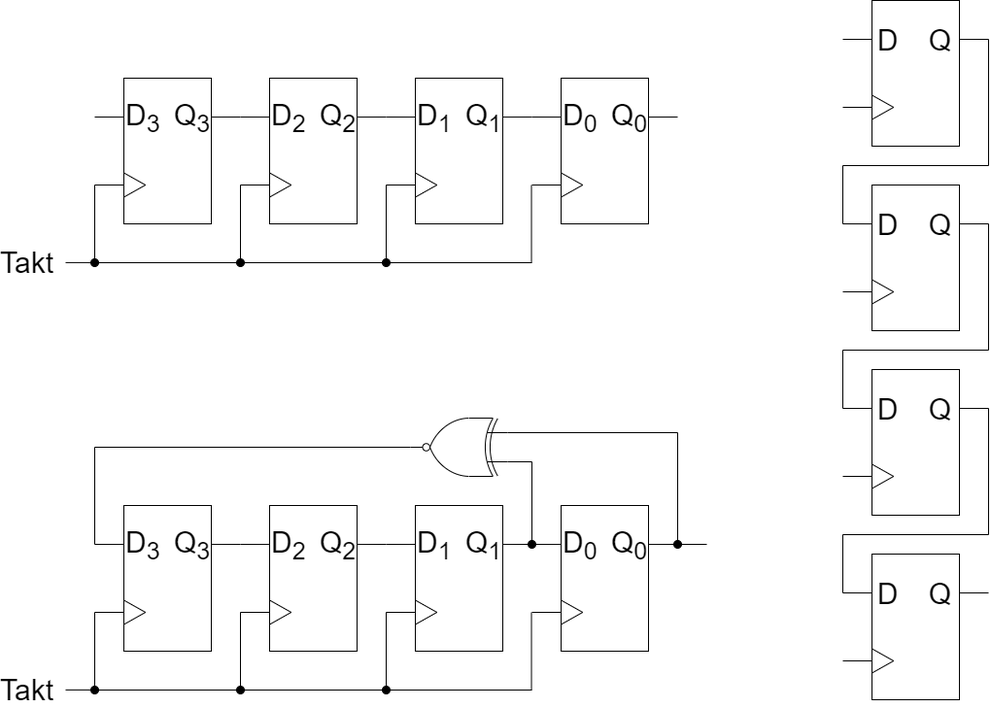
The draw.io diagram docu/ShiftRegister.png in YumYumfisch/LFSR-PeriodLength, before a commit. Source tidied: cells renumbered, new cells last; positions are measured from the earlier drawing's top-left corner, leaving out a move shared by most shapes.
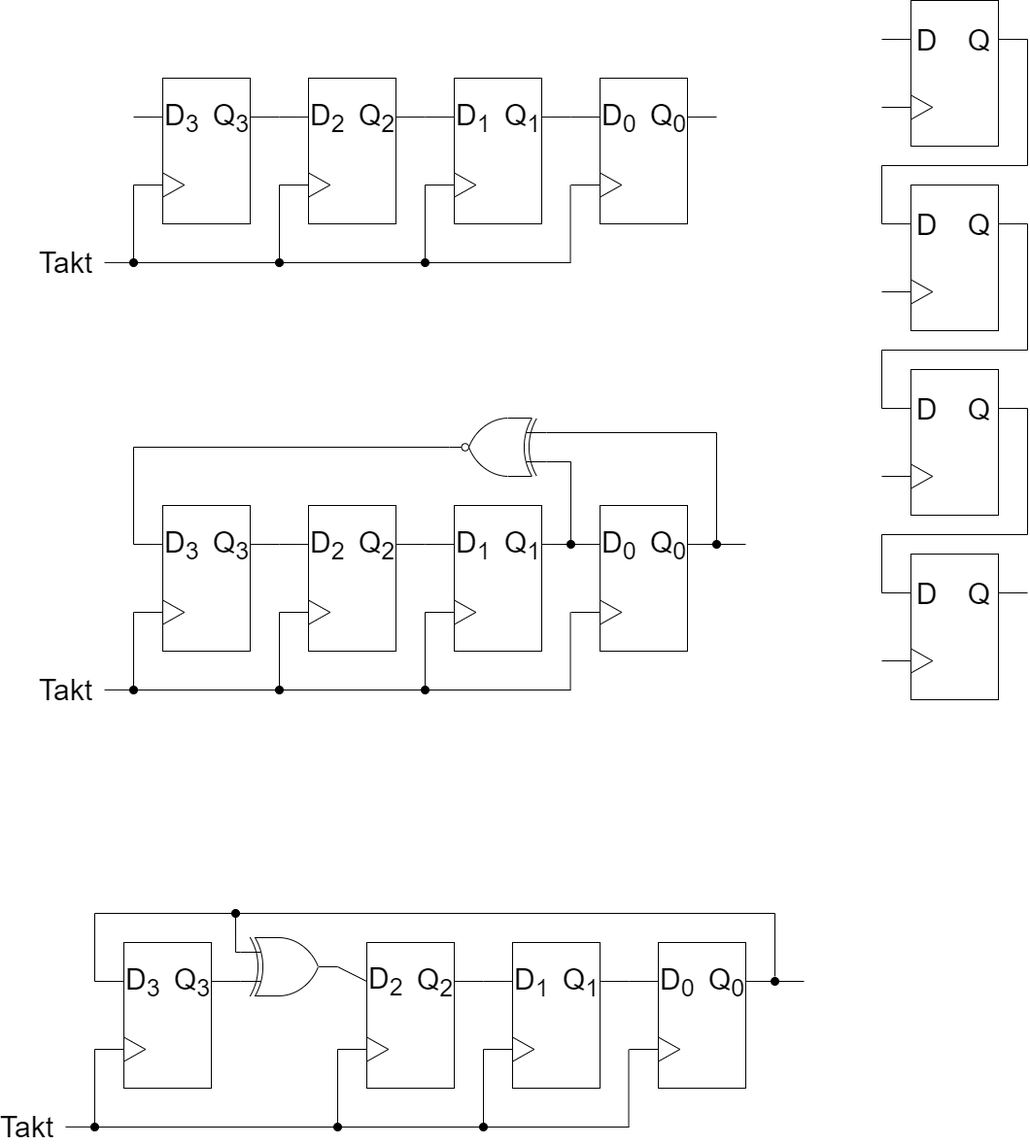
The same file after the commit.

Commit message:
add Galois-LFSR diagram

What changed in the source:
```diff
@@ -605,5 +605,225 @@
     <mxCell id="136" style="verticalLabelPosition=bottom;shadow=0;dashed=0;align=center;html=1;verticalAlign=top;shape=mxgraph.electrical.logic_gates.inverting_contact;fillColor=#000000;" parent="86" vertex="1">
       <mxGeometry x="625" y="125" width="10" height="10" as="geometry" />
     </mxCell>
+    <mxCell id="137" style="group;" parent="1" vertex="1">
+      <mxGeometry x="-40" y="935" width="760" height="230" as="geometry" />
+    </mxCell>
+    <mxCell id="138" style="endArrow=none;html=1;align=center;fontSize=30;" parent="137" edge="1">
+      <mxGeometry relative="1" as="geometry">
+        <mxPoint x="730" y="75" as="sourcePoint" />
+        <mxPoint x="760" y="75" as="targetPoint" />
+      </mxGeometry>
+    </mxCell>
+    <mxCell id="139" value="Takt" style="endArrow=none;html=1;align=center;fontSize=30;entryX=0;entryY=0.5;entryDx=0;entryDy=0;" parent="137" edge="1">
+      <mxGeometry x="-1" y="-40" relative="1" as="geometry">
+        <mxPoint y="224.9" as="sourcePoint" />
+        <mxPoint x="30" y="224.9" as="targetPoint" />
+        <mxPoint x="-40" y="-40" as="offset" />
+      </mxGeometry>
+    </mxCell>
+    <mxCell id="140" style="group;" parent="137" vertex="1">
+      <mxGeometry x="30" y="35" width="150" height="150" as="geometry" />
+    </mxCell>
+    <mxCell id="141" style="rounded=0;whiteSpace=wrap;html=1;" parent="140" vertex="1">
+      <mxGeometry x="30" width="90" height="150" as="geometry" />
+    </mxCell>
+    <mxCell id="142" style="endArrow=none;html=1;align=center;fontSize=30;entryX=0;entryY=0.267;entryDx=0;entryDy=0;entryPerimeter=0;" parent="140" edge="1" target="141">
+      <mxGeometry relative="1" as="geometry">
+        <mxPoint y="40" as="sourcePoint" />
+      </mxGeometry>
+    </mxCell>
+    <mxCell id="143" value="D&lt;sub&gt;3&lt;/sub&gt;" style="edgeLabel;html=1;align=left;verticalAlign=middle;fontSize=30;" parent="142" vertex="1">
+      <mxGeometry x="0.28" relative="1" as="geometry">
+        <mxPoint x="11" as="offset" />
+      </mxGeometry>
+    </mxCell>
+    <mxCell id="144" style="endArrow=none;html=1;align=center;exitX=1;exitY=0.267;exitDx=0;exitDy=0;fontSize=30;exitPerimeter=0;" parent="140" edge="1" source="141">
+      <mxGeometry relative="1" as="geometry">
+        <mxPoint x="150" y="40" as="targetPoint" />
+      </mxGeometry>
+    </mxCell>
+    <mxCell id="145" value="Q&lt;sub&gt;3&lt;br&gt;&lt;/sub&gt;" style="edgeLabel;html=1;align=center;verticalAlign=middle;fontSize=30;" parent="144" vertex="1">
+      <mxGeometry x="0.28" relative="1" as="geometry">
+        <mxPoint x="-39" as="offset" />
+      </mxGeometry>
+    </mxCell>
+    <mxCell id="146" style="endArrow=none;html=1;align=center;fontSize=30;entryX=0;entryY=0.5;entryDx=0;entryDy=0;" parent="140" edge="1" target="147">
+      <mxGeometry relative="1" as="geometry">
+        <mxPoint y="110" as="sourcePoint" />
+      </mxGeometry>
+    </mxCell>
+    <mxCell id="147" style="triangle;whiteSpace=wrap;html=1;" parent="140" vertex="1">
+      <mxGeometry x="30" y="97.5" width="22.2" height="25" as="geometry" />
+    </mxCell>
+    <mxCell id="148" style="group;" parent="137" vertex="1">
+      <mxGeometry x="280" y="35" width="150" height="150" as="geometry" />
+    </mxCell>
+    <mxCell id="149" style="rounded=0;whiteSpace=wrap;html=1;" parent="148" vertex="1">
+      <mxGeometry x="30" width="90" height="150" as="geometry" />
+    </mxCell>
+    <mxCell id="150" style="endArrow=none;html=1;align=center;exitX=1;exitY=0.267;exitDx=0;exitDy=0;fontSize=30;exitPerimeter=0;" parent="148" edge="1" source="149">
+      <mxGeometry relative="1" as="geometry">
+        <mxPoint x="150" y="40" as="targetPoint" />
+      </mxGeometry>
+    </mxCell>
+    <mxCell id="151" value="Q&lt;sub&gt;2&lt;/sub&gt;" style="edgeLabel;html=1;align=center;verticalAlign=middle;fontSize=30;" parent="150" vertex="1">
+      <mxGeometry x="0.28" relative="1" as="geometry">
+        <mxPoint x="-39" as="offset" />
+      </mxGeometry>
+    </mxCell>
+    <mxCell id="152" style="endArrow=none;html=1;align=center;fontSize=30;entryX=0;entryY=0.5;entryDx=0;entryDy=0;" parent="148" edge="1" target="153">
+      <mxGeometry relative="1" as="geometry">
+        <mxPoint y="110" as="sourcePoint" />
+      </mxGeometry>
+    </mxCell>
+    <mxCell id="153" style="triangle;whiteSpace=wrap;html=1;" parent="148" vertex="1">
+      <mxGeometry x="30" y="97.5" width="22.2" height="25" as="geometry" />
+    </mxCell>
+    <mxCell id="154" style="group;" parent="137" vertex="1">
+      <mxGeometry x="430" y="35" width="150" height="150" as="geometry" />
+    </mxCell>
+    <mxCell id="155" style="rounded=0;whiteSpace=wrap;html=1;" parent="154" vertex="1">
+      <mxGeometry x="30" width="90" height="150" as="geometry" />
+    </mxCell>
+    <mxCell id="156" style="endArrow=none;html=1;align=center;fontSize=30;entryX=0;entryY=0.267;entryDx=0;entryDy=0;entryPerimeter=0;" parent="154" edge="1" target="155">
+      <mxGeometry relative="1" as="geometry">
+        <mxPoint y="40" as="sourcePoint" />
+      </mxGeometry>
+    </mxCell>
+    <mxCell id="157" value="D&lt;sub&gt;1&lt;/sub&gt;" style="edgeLabel;html=1;align=left;verticalAlign=middle;fontSize=30;" parent="156" vertex="1">
+      <mxGeometry x="0.28" relative="1" as="geometry">
+        <mxPoint x="11" as="offset" />
+      </mxGeometry>
+    </mxCell>
+    <mxCell id="158" style="endArrow=none;html=1;align=center;exitX=1;exitY=0.267;exitDx=0;exitDy=0;fontSize=30;exitPerimeter=0;" parent="154" edge="1" source="155">
+      <mxGeometry relative="1" as="geometry">
+        <mxPoint x="150" y="40" as="targetPoint" />
+      </mxGeometry>
+    </mxCell>
+    <mxCell id="159" value="Q&lt;sub&gt;1&lt;/sub&gt;" style="edgeLabel;html=1;align=center;verticalAlign=middle;fontSize=30;" parent="158" vertex="1">
+      <mxGeometry x="0.28" relative="1" as="geometry">
+        <mxPoint x="-39" as="offset" />
+      </mxGeometry>
+    </mxCell>
+    <mxCell id="160" style="endArrow=none;html=1;align=center;fontSize=30;entryX=0;entryY=0.5;entryDx=0;entryDy=0;" parent="154" edge="1" target="161">
+      <mxGeometry relative="1" as="geometry">
+        <mxPoint y="110" as="sourcePoint" />
+      </mxGeometry>
+    </mxCell>
+    <mxCell id="161" style="triangle;whiteSpace=wrap;html=1;" parent="154" vertex="1">
+      <mxGeometry x="30" y="97.5" width="22.2" height="25" as="geometry" />
+    </mxCell>
+    <mxCell id="162" style="group;" parent="137" vertex="1">
+      <mxGeometry x="580" y="35" width="150" height="150" as="geometry" />
+    </mxCell>
+    <mxCell id="163" style="rounded=0;whiteSpace=wrap;html=1;" parent="162" vertex="1">
+      <mxGeometry x="30" width="90" height="150" as="geometry" />
+    </mxCell>
+    <mxCell id="164" style="endArrow=none;html=1;align=center;fontSize=30;entryX=0;entryY=0.267;entryDx=0;entryDy=0;entryPerimeter=0;" parent="162" edge="1" target="163">
+      <mxGeometry relative="1" as="geometry">
+        <mxPoint y="40" as="sourcePoint" />
+      </mxGeometry>
+    </mxCell>
+    <mxCell id="165" value="D&lt;sub&gt;0&lt;/sub&gt;" style="edgeLabel;html=1;align=left;verticalAlign=middle;fontSize=30;" parent="164" vertex="1">
+      <mxGeometry x="0.28" relative="1" as="geometry">
+        <mxPoint x="11" as="offset" />
+      </mxGeometry>
+    </mxCell>
+    <mxCell id="166" style="endArrow=none;html=1;align=center;exitX=1;exitY=0.267;exitDx=0;exitDy=0;fontSize=30;exitPerimeter=0;" parent="162" edge="1" source="163">
+      <mxGeometry relative="1" as="geometry">
+        <mxPoint x="150" y="40" as="targetPoint" />
+      </mxGeometry>
+    </mxCell>
+    <mxCell id="167" value="Q&lt;sub&gt;0&lt;/sub&gt;" style="edgeLabel;html=1;align=center;verticalAlign=middle;fontSize=30;" parent="166" vertex="1">
+      <mxGeometry x="0.28" relative="1" as="geometry">
+        <mxPoint x="-39" as="offset" />
+      </mxGeometry>
+    </mxCell>
+    <mxCell id="168" style="endArrow=none;html=1;align=center;fontSize=30;entryX=0;entryY=0.5;entryDx=0;entryDy=0;" parent="162" edge="1" target="169">
+      <mxGeometry relative="1" as="geometry">
+        <mxPoint y="110" as="sourcePoint" />
+      </mxGeometry>
+    </mxCell>
+    <mxCell id="169" style="triangle;whiteSpace=wrap;html=1;" parent="162" vertex="1">
+      <mxGeometry x="30" y="97.5" width="22.2" height="25" as="geometry" />
+    </mxCell>
+    <mxCell id="170" style="endArrow=none;html=1;align=center;fontSize=30;" parent="137" edge="1">
+      <mxGeometry relative="1" as="geometry">
+        <mxPoint x="30" y="225" as="sourcePoint" />
+        <mxPoint x="30" y="145" as="targetPoint" />
+      </mxGeometry>
+    </mxCell>
+    <mxCell id="171" style="endArrow=none;html=1;align=center;fontSize=30;" parent="137" edge="1">
+      <mxGeometry relative="1" as="geometry">
+        <mxPoint x="280" y="225" as="sourcePoint" />
+        <mxPoint x="280" y="145" as="targetPoint" />
+      </mxGeometry>
+    </mxCell>
+    <mxCell id="172" style="endArrow=none;html=1;align=center;fontSize=30;" parent="137" edge="1">
+      <mxGeometry relative="1" as="geometry">
+        <mxPoint x="430" y="225" as="sourcePoint" />
+        <mxPoint x="430" y="145" as="targetPoint" />
+      </mxGeometry>
+    </mxCell>
+    <mxCell id="173" style="endArrow=none;html=1;align=center;fontSize=30;" parent="137" edge="1">
+      <mxGeometry relative="1" as="geometry">
+        <mxPoint x="579.5" y="225" as="sourcePoint" />
+        <mxPoint x="579.5" y="145" as="targetPoint" />
+      </mxGeometry>
+    </mxCell>
+    <mxCell id="174" style="endArrow=none;html=1;align=center;fontSize=30;exitX=0.9;exitY=0.5;exitDx=0;exitDy=0;exitPerimeter=0;" parent="137" edge="1" source="176">
+      <mxGeometry relative="1" as="geometry">
+        <mxPoint x="580" y="225" as="targetPoint" />
+      </mxGeometry>
+    </mxCell>
+    <mxCell id="175" style="verticalLabelPosition=bottom;shadow=0;dashed=0;align=center;html=1;verticalAlign=top;shape=mxgraph.electrical.logic_gates.inverting_contact;fillColor=#000000;" parent="137" vertex="1">
+      <mxGeometry x="275" y="220" width="10" height="10" as="geometry" />
+    </mxCell>
+    <mxCell id="176" style="verticalLabelPosition=bottom;shadow=0;dashed=0;align=center;html=1;verticalAlign=top;shape=mxgraph.electrical.logic_gates.inverting_contact;fillColor=#000000;" parent="137" vertex="1">
+      <mxGeometry x="25" y="220" width="10" height="10" as="geometry" />
+    </mxCell>
+    <mxCell id="177" style="verticalLabelPosition=bottom;shadow=0;dashed=0;align=center;html=1;verticalAlign=top;shape=mxgraph.electrical.logic_gates.inverting_contact;fillColor=#000000;" parent="137" vertex="1">
+      <mxGeometry x="425" y="220" width="10" height="10" as="geometry" />
+    </mxCell>
+    <mxCell id="178" style="edgeStyle=orthogonalEdgeStyle;html=1;endArrow=none;endFill=0;rounded=0;" parent="137" edge="1" source="181">
+      <mxGeometry relative="1" as="geometry">
+        <mxPoint x="30" y="75" as="targetPoint" />
+        <Array as="points">
+          <mxPoint x="730" y="5" />
+          <mxPoint x="30" y="5" />
+        </Array>
+      </mxGeometry>
+    </mxCell>
+    <mxCell id="179" style="endArrow=none;html=1;align=center;fontSize=30;edgeStyle=orthogonalEdgeStyle;rounded=0;" parent="137" edge="1">
+      <mxGeometry relative="1" as="geometry">
+        <mxPoint x="180" y="45" as="sourcePoint" />
+        <mxPoint x="175" y="5" as="targetPoint" />
+        <Array as="points">
+          <mxPoint x="175" y="45" />
+        </Array>
+      </mxGeometry>
+    </mxCell>
+    <mxCell id="180" style="verticalLabelPosition=bottom;shadow=0;dashed=0;align=center;html=1;verticalAlign=top;shape=mxgraph.electrical.logic_gates.inverting_contact;fillColor=#000000;" parent="137" vertex="1">
+      <mxGeometry x="170" width="10" height="10" as="geometry" />
+    </mxCell>
+    <mxCell id="181" style="verticalLabelPosition=bottom;shadow=0;dashed=0;align=center;html=1;verticalAlign=top;shape=mxgraph.electrical.logic_gates.inverting_contact;fillColor=#000000;" parent="137" vertex="1">
+      <mxGeometry x="725" y="70" width="10" height="10" as="geometry" />
+    </mxCell>
+    <mxCell id="182" style="edgeStyle=none;html=1;exitX=0;exitY=0.75;exitDx=0;exitDy=0;exitPerimeter=0;endArrow=none;endFill=0;" parent="137" edge="1" source="183">
+      <mxGeometry relative="1" as="geometry">
+        <mxPoint x="180" y="75" as="targetPoint" />
+      </mxGeometry>
+    </mxCell>
+    <mxCell id="183" style="verticalLabelPosition=bottom;shadow=0;dashed=0;align=center;html=1;verticalAlign=top;shape=mxgraph.electrical.logic_gates.logic_gate;operation=xor;" parent="137" vertex="1">
+      <mxGeometry x="180" y="30" width="100" height="60" as="geometry" />
+    </mxCell>
+    <mxCell id="184" style="endArrow=none;html=1;align=center;fontSize=30;entryX=0;entryY=0.267;entryDx=0;entryDy=0;entryPerimeter=0;exitX=1;exitY=0.5;exitDx=0;exitDy=0;exitPerimeter=0;" parent="137" edge="1" source="183" target="149">
+      <mxGeometry relative="1" as="geometry" />
+    </mxCell>
+    <mxCell id="185" value="D&lt;sub&gt;2&lt;/sub&gt;" style="edgeLabel;html=1;align=left;verticalAlign=middle;fontSize=30;" parent="184" vertex="1">
+      <mxGeometry x="0.28" relative="1" as="geometry">
+        <mxPoint x="11" y="5" as="offset" />
+      </mxGeometry>
+    </mxCell>
   </root>
 </mxGraphModel>
```
